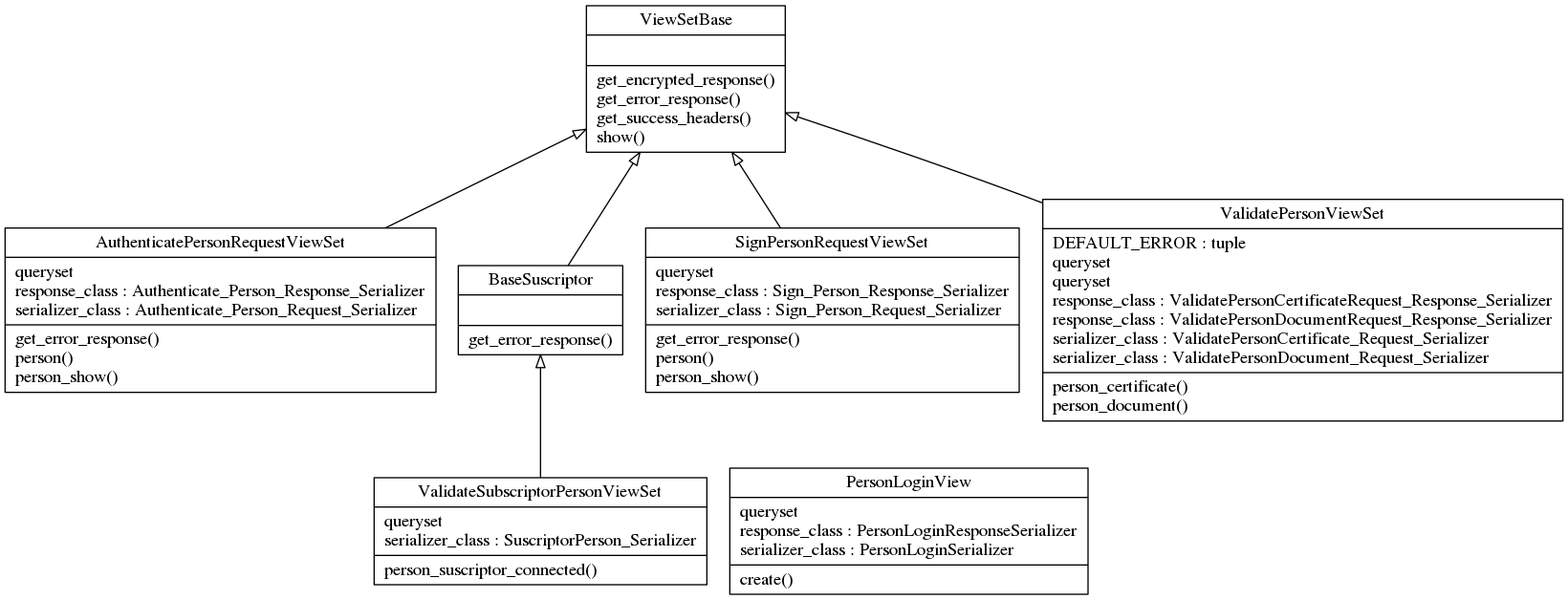
Before: docs/_static/png/person_views.png, a diagram exported from Graphviz (luisza/dfva). Its source is kept beside it as docs/_static/dot/person_views.dot. Its diagram source:
```dot
digraph "classes" {
charset="utf-8"
rankdir=BT
"0" [label="{AuthenticatePersonRequestViewSet|queryset\lresponse_class : Authenticate_Person_Response_Serializer\lserializer_class : Authenticate_Person_Request_Serializer\l|get_error_response()\lperson()\lperson_show()\l}", shape="record"];
"1" [label="{BaseSuscriptor|\l|get_error_response()\l}", shape="record"];
"2" [label="{PersonLoginView|queryset\lresponse_class : PersonLoginResponseSerializer\lserializer_class : PersonLoginSerializer\l|create()\l}", shape="record"];
"3" [label="{SignPersonRequestViewSet|queryset\lresponse_class : Sign_Person_Response_Serializer\lserializer_class : Sign_Person_Request_Serializer\l|get_error_response()\lperson()\lperson_show()\l}", shape="record"];
"4" [label="{ValidatePersonViewSet|DEFAULT_ERROR : tuple\lqueryset\lqueryset\lresponse_class : ValidatePersonCertificateRequest_Response_Serializer\lresponse_class : ValidatePersonDocumentRequest_Response_Serializer\lserializer_class : ValidatePersonCertificate_Request_Serializer\lserializer_class : ValidatePersonDocument_Request_Serializer\l|person_certificate()\lperson_document()\l}", shape="record"];
"5" [label="{ValidateSubscriptorPersonViewSet|queryset\lserializer_class : SuscriptorPerson_Serializer\l|person_suscriptor_connected()\l}", shape="record"];
"6" [label="{ViewSetBase|\l|get_encrypted_response()\lget_error_response()\lget_success_headers()\lshow()\l}", shape="record"];
"0" -> "6" [arrowhead="empty", arrowtail="none"];
"1" -> "6" [arrowhead="empty", arrowtail="none"];
"3" -> "6" [arrowhead="empty", arrowtail="none"];
"4" -> "6" [arrowhead="empty", arrowtail="none"];
"5" -> "1" [arrowhead="empty", arrowtail="none"];
}
```
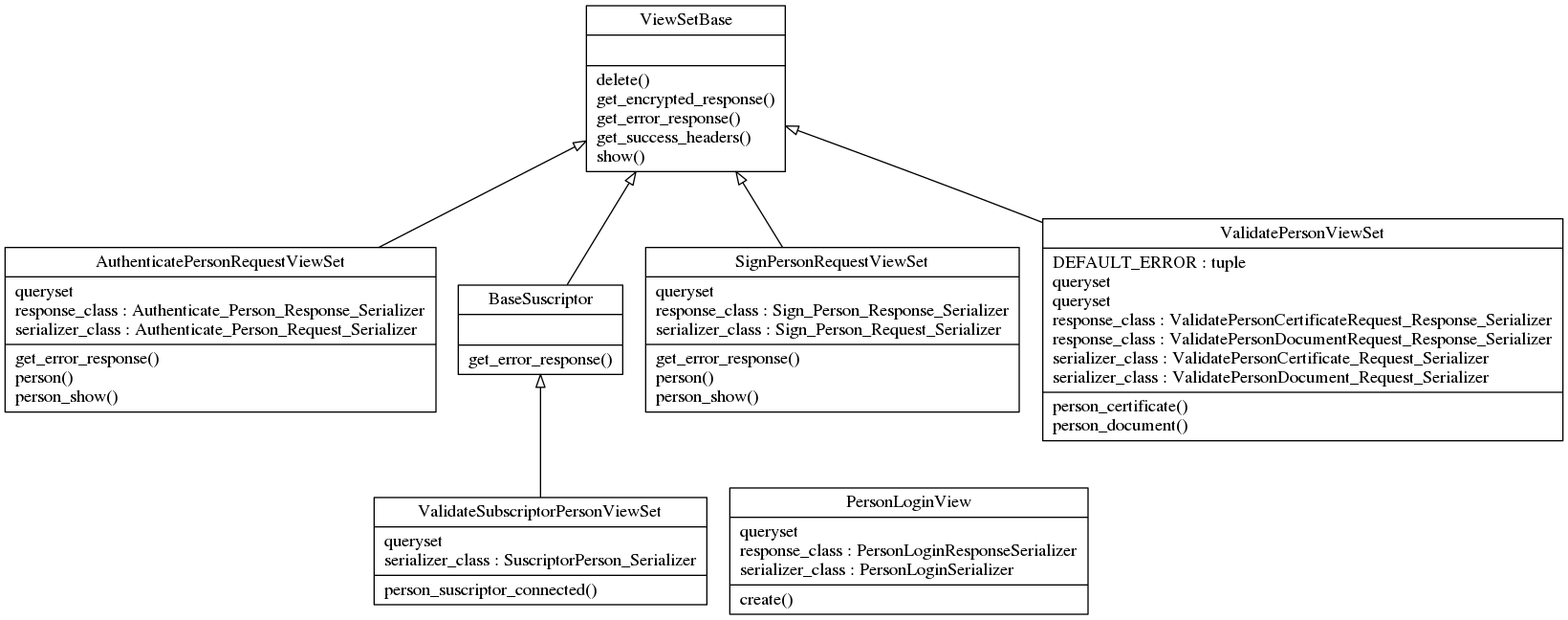
The same file after the commit.

The edit, as a diff of the source:
```diff
@@ -7,7 +7,7 @@
 "3" [label="{SignPersonRequestViewSet|queryset\lresponse_class : Sign_Person_Response_Serializer\lserializer_class : Sign_Person_Request_Serializer\l|get_error_response()\lperson()\lperson_show()\l}", shape="record"];
 "4" [label="{ValidatePersonViewSet|DEFAULT_ERROR : tuple\lqueryset\lqueryset\lresponse_class : ValidatePersonCertificateRequest_Response_Serializer\lresponse_class : ValidatePersonDocumentRequest_Response_Serializer\lserializer_class : ValidatePersonCertificate_Request_Serializer\lserializer_class : ValidatePersonDocument_Request_Serializer\l|person_certificate()\lperson_document()\l}", shape="record"];
 "5" [label="{ValidateSubscriptorPersonViewSet|queryset\lserializer_class : SuscriptorPerson_Serializer\l|person_suscriptor_connected()\l}", shape="record"];
-"6" [label="{ViewSetBase|\l|get_encrypted_response()\lget_error_response()\lget_success_headers()\lshow()\l}", shape="record"];
+"6" [label="{ViewSetBase|\l|delete()\lget_encrypted_response()\lget_error_response()\lget_success_headers()\lshow()\l}", shape="record"];
 "0" -> "6" [arrowhead="empty", arrowtail="none"];
 "1" -> "6" [arrowhead="empty", arrowtail="none"];
 "3" -> "6" [arrowhead="empty", arrowtail="none"];
```
